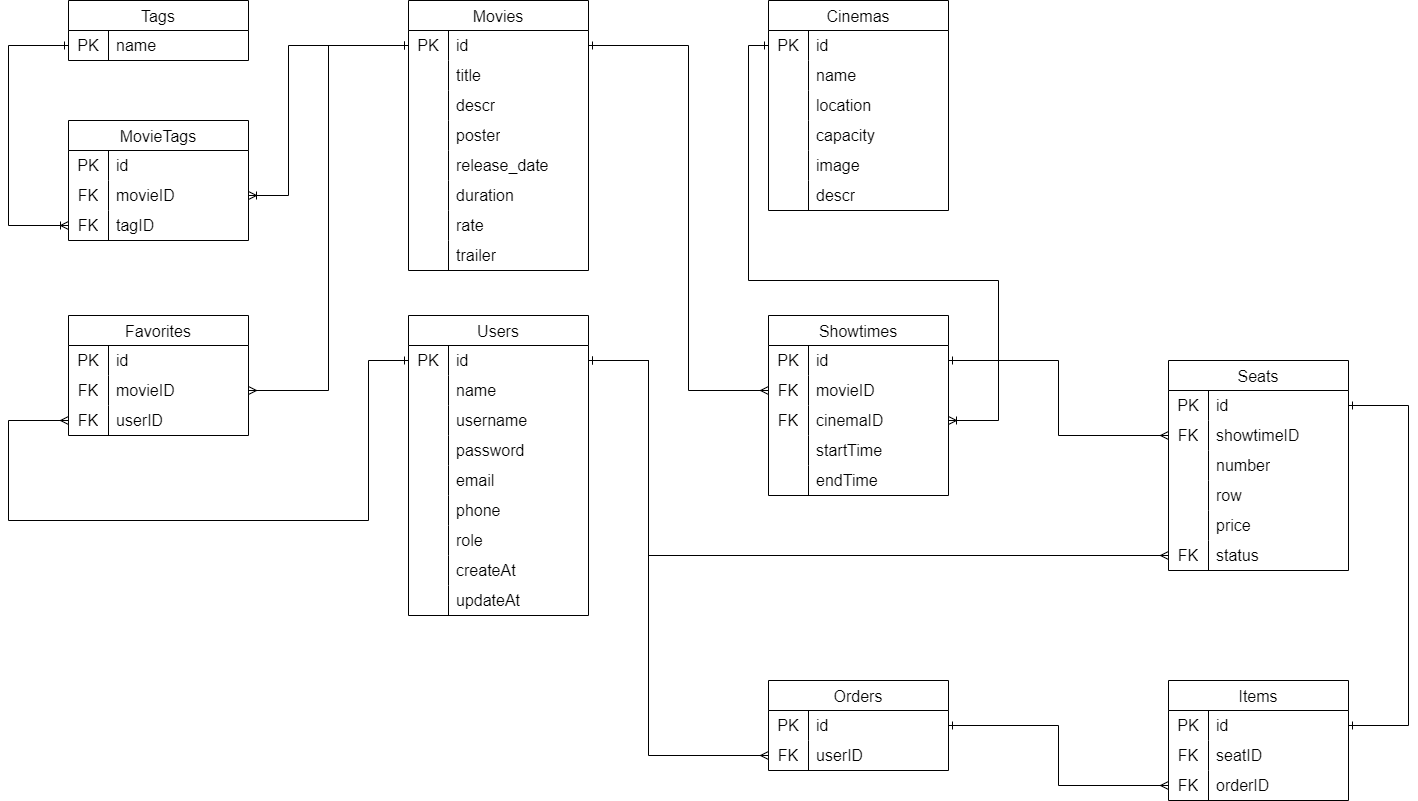
Earlier version of the draw.io export fick.drawio.png (anhtuanMDev/AS-FlickTickets). Source tidied: cells renumbered, new cells last; positions are measured from the earlier drawing's top-left corner, leaving out a move shared by most shapes.
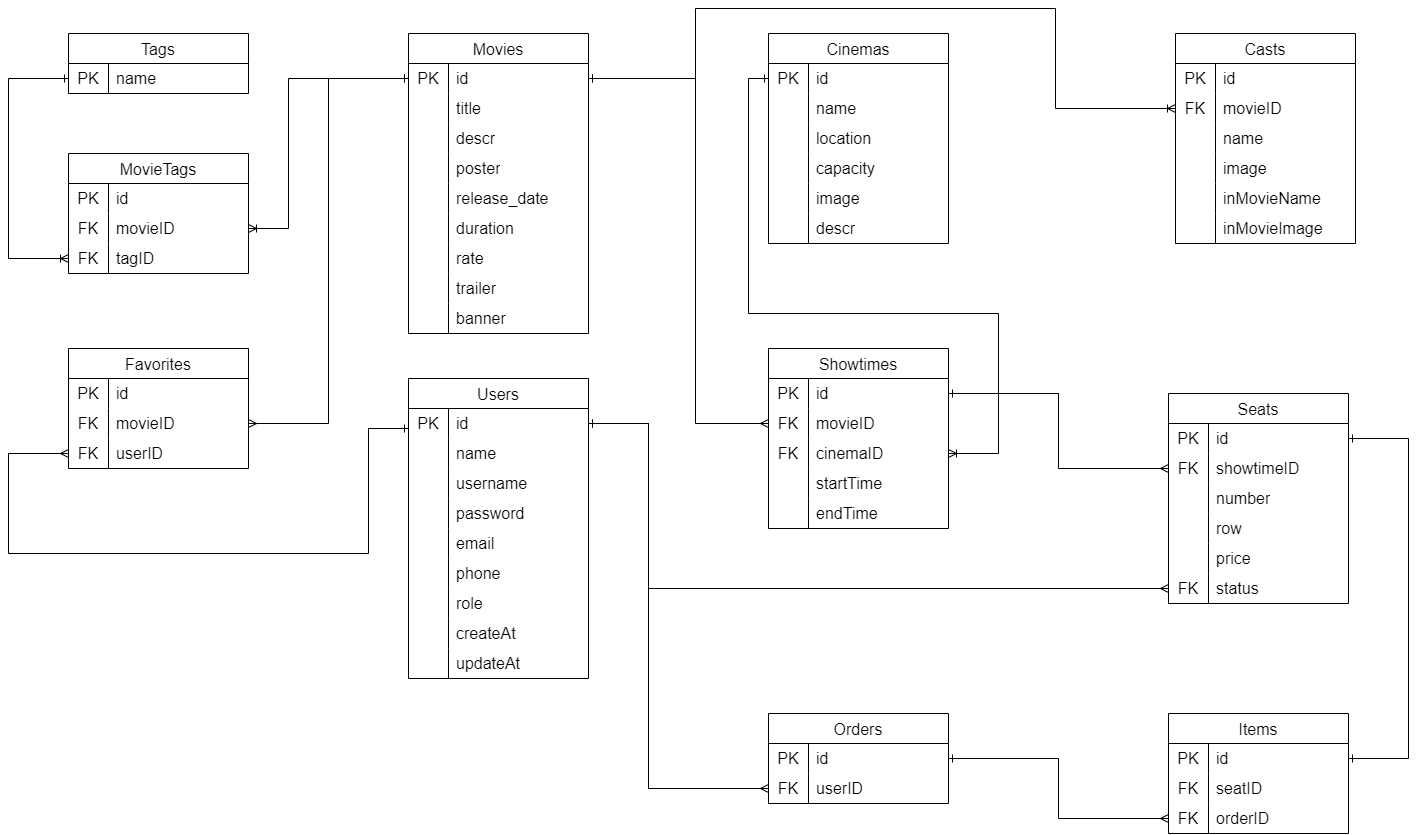
Above is the later version.

What changed in the source:
```diff
@@ -3,7 +3,7 @@
     <mxCell id="0" />
     <mxCell id="1" parent="0" />
     <mxCell id="2" value="Movies" style="shape=table;startSize=30;rowLines=0;fontStyle=0;strokeColor=default;fontSize=16;" parent="1" vertex="1">
-      <mxGeometry x="400" width="180" height="270" as="geometry" />
+      <mxGeometry x="400" width="180" height="300" as="geometry" />
     </mxCell>
     <mxCell id="3" style="shape=tableRow;horizontal=0;startSize=0;swimlaneHead=0;swimlaneBody=0;top=0;left=0;bottom=0;right=0;fillColor=none;points=[[0,0.5],[1,0.5]];portConstraint=eastwest;strokeColor=inherit;fontSize=16;" parent="2" vertex="1">
       <mxGeometry y="30" width="180" height="30" as="geometry" />
@@ -77,6 +77,15 @@
     <mxCell id="26" value="trailer" style="shape=partialRectangle;html=1;whiteSpace=wrap;fillColor=none;top=0;left=0;bottom=0;right=0;align=left;spacingLeft=6;overflow=hidden;strokeColor=inherit;fontSize=16;" parent="24" vertex="1">
       <mxGeometry x="40" width="140" height="30" as="geometry" />
     </mxCell>
+    <mxCell id="161" style="shape=tableRow;horizontal=0;startSize=0;swimlaneHead=0;swimlaneBody=0;top=0;left=0;bottom=0;right=0;fillColor=none;strokeColor=inherit;fontSize=16;" parent="2" vertex="1">
+      <mxGeometry y="270" width="180" height="30" as="geometry" />
+    </mxCell>
+    <mxCell id="162" style="shape=partialRectangle;html=1;whiteSpace=wrap;fillColor=none;top=0;left=0;bottom=0;right=0;overflow=hidden;strokeColor=inherit;fontSize=16;" parent="161" vertex="1">
+      <mxGeometry width="40" height="30" as="geometry" />
+    </mxCell>
+    <mxCell id="163" value="banner" style="shape=partialRectangle;html=1;whiteSpace=wrap;fillColor=none;top=0;left=0;bottom=0;right=0;align=left;spacingLeft=6;overflow=hidden;strokeColor=inherit;fontSize=16;" parent="161" vertex="1">
+      <mxGeometry x="40" width="140" height="30" as="geometry" />
+    </mxCell>
     <mxCell id="27" value="Cinemas" style="shape=table;startSize=30;rowLines=0;fontStyle=0;strokeColor=default;fontSize=16;" parent="1" vertex="1">
       <mxGeometry x="760" width="180" height="210" as="geometry" />
     </mxCell>
@@ -183,7 +192,7 @@
       <mxGeometry x="40" width="140" height="30" as="geometry" />
     </mxCell>
     <mxCell id="62" value="Users" style="shape=table;startSize=30;rowLines=0;fontStyle=0;strokeColor=default;fontSize=16;" parent="1" vertex="1">
-      <mxGeometry x="400" y="315" width="180" height="300" as="geometry" />
+      <mxGeometry x="400" y="345" width="180" height="300" as="geometry" />
     </mxCell>
     <mxCell id="63" style="shape=tableRow;horizontal=0;startSize=0;swimlaneHead=0;swimlaneBody=0;top=0;left=0;bottom=0;right=0;fillColor=none;points=[[0,0.5],[1,0.5]];portConstraint=eastwest;strokeColor=inherit;fontSize=16;" parent="62" vertex="1">
       <mxGeometry y="30" width="180" height="30" as="geometry" />
@@ -465,7 +474,7 @@
     <mxCell id="152" style="edgeStyle=orthogonalEdgeStyle;rounded=0;jettySize=auto;html=1;startArrow=ERone;startFill=0;endArrow=ERmany;endFill=0;entryX=0;entryY=0.5;entryDx=0;entryDy=0;" parent="1" edge="1" source="63" target="130">
       <mxGeometry relative="1" as="geometry">
         <Array as="points">
-          <mxPoint x="360" y="360" />
+          <mxPoint x="360" y="395" />
           <mxPoint x="360" y="520" />
           <mxPoint y="520" />
           <mxPoint y="420" />
@@ -478,8 +487,8 @@
     <mxCell id="154" style="edgeStyle=orthogonalEdgeStyle;rounded=0;jettySize=auto;html=1;entryX=0;entryY=0.5;entryDx=0;entryDy=0;endArrow=ERmany;endFill=0;startArrow=ERone;startFill=0;" parent="1" edge="1" source="3" target="50">
       <mxGeometry relative="1" as="geometry">
         <Array as="points">
-          <mxPoint x="680" y="45" />
-          <mxPoint x="680" y="390" />
+          <mxPoint x="687" y="45" />
+          <mxPoint x="687" y="390" />
         </Array>
       </mxGeometry>
     </mxCell>
@@ -496,7 +505,7 @@
     <mxCell id="156" style="edgeStyle=orthogonalEdgeStyle;rounded=0;jettySize=auto;html=1;entryX=0;entryY=0.5;entryDx=0;entryDy=0;startArrow=ERone;startFill=0;endArrow=ERmany;endFill=0;" parent="1" edge="1" source="63" target="137">
       <mxGeometry relative="1" as="geometry">
         <Array as="points">
-          <mxPoint x="640" y="360" />
+          <mxPoint x="640" y="390" />
           <mxPoint x="640" y="755" />
         </Array>
       </mxGeometry>
@@ -504,10 +513,10 @@
     <mxCell id="157" style="edgeStyle=orthogonalEdgeStyle;rounded=0;jettySize=auto;html=1;startArrow=ERone;startFill=0;endArrow=ERmany;endFill=0;" parent="1" edge="1" source="134" target="147">
       <mxGeometry relative="1" as="geometry" />
     </mxCell>
-    <mxCell id="158" style="edgeStyle=orthogonalEdgeStyle;rounded=0;jettySize=auto;html=1;endArrow=ERmany;endFill=0;startArrow=ERone;startFill=0;" parent="1" edge="1" source="63" target="120">
+    <mxCell id="158" style="edgeStyle=orthogonalEdgeStyle;rounded=0;jettySize=auto;html=1;endArrow=ERmany;endFill=0;startArrow=ERone;startFill=0;exitX=1;exitY=0.5;exitDx=0;exitDy=0;" parent="1" edge="1" source="63" target="120">
       <mxGeometry relative="1" as="geometry">
         <Array as="points">
-          <mxPoint x="640" y="360" />
+          <mxPoint x="640" y="390" />
           <mxPoint x="640" y="555" />
         </Array>
       </mxGeometry>
@@ -523,5 +532,72 @@
         </Array>
       </mxGeometry>
     </mxCell>
+    <mxCell id="164" value="Casts" style="shape=table;startSize=30;rowLines=0;fontStyle=0;strokeColor=default;fontSize=16;" parent="1" vertex="1">
+      <mxGeometry x="1167" width="180" height="210" as="geometry" />
+    </mxCell>
+    <mxCell id="165" style="shape=tableRow;horizontal=0;startSize=0;swimlaneHead=0;swimlaneBody=0;top=0;left=0;bottom=0;right=0;fillColor=none;strokeColor=inherit;fontSize=16;" parent="164" vertex="1">
+      <mxGeometry y="30" width="180" height="30" as="geometry" />
+    </mxCell>
+    <mxCell id="166" value="PK" style="shape=partialRectangle;html=1;whiteSpace=wrap;fillColor=none;top=0;left=0;bottom=0;right=0;overflow=hidden;strokeColor=inherit;fontSize=16;" parent="165" vertex="1">
+      <mxGeometry width="40" height="30" as="geometry" />
+    </mxCell>
+    <mxCell id="167" value="id" style="shape=partialRectangle;html=1;whiteSpace=wrap;fillColor=none;top=0;left=0;bottom=0;right=0;align=left;spacingLeft=6;overflow=hidden;strokeColor=inherit;fontSize=16;" parent="165" vertex="1">
+      <mxGeometry x="40" width="140" height="30" as="geometry" />
+    </mxCell>
+    <mxCell id="168" style="shape=tableRow;horizontal=0;startSize=0;swimlaneHead=0;swimlaneBody=0;top=0;left=0;bottom=0;right=0;fillColor=none;points=[[0,0.5],[1,0.5]];portConstraint=eastwest;strokeColor=inherit;fontSize=16;" parent="164" vertex="1">
+      <mxGeometry y="60" width="180" height="30" as="geometry" />
+    </mxCell>
+    <mxCell id="169" value="FK" style="shape=partialRectangle;html=1;whiteSpace=wrap;fillColor=none;top=0;left=0;bottom=0;right=0;overflow=hidden;strokeColor=inherit;fontSize=16;" parent="168" vertex="1">
+      <mxGeometry width="40" height="30" as="geometry" />
+    </mxCell>
+    <mxCell id="170" value="movieID" style="shape=partialRectangle;html=1;whiteSpace=wrap;fillColor=none;top=0;left=0;bottom=0;right=0;align=left;spacingLeft=6;overflow=hidden;strokeColor=inherit;fontSize=16;" parent="168" vertex="1">
+      <mxGeometry x="40" width="140" height="30" as="geometry" />
+    </mxCell>
+    <mxCell id="171" style="shape=tableRow;horizontal=0;startSize=0;swimlaneHead=0;swimlaneBody=0;top=0;left=0;bottom=0;right=0;fillColor=none;strokeColor=inherit;fontSize=16;" parent="164" vertex="1">
+      <mxGeometry y="90" width="180" height="30" as="geometry" />
+    </mxCell>
+    <mxCell id="172" style="shape=partialRectangle;html=1;whiteSpace=wrap;fillColor=none;top=0;left=0;bottom=0;right=0;overflow=hidden;strokeColor=inherit;fontSize=16;" parent="171" vertex="1">
+      <mxGeometry width="40" height="30" as="geometry" />
+    </mxCell>
+    <mxCell id="173" value="name" style="shape=partialRectangle;html=1;whiteSpace=wrap;fillColor=none;top=0;left=0;bottom=0;right=0;align=left;spacingLeft=6;overflow=hidden;strokeColor=inherit;fontSize=16;" parent="171" vertex="1">
+      <mxGeometry x="40" width="140" height="30" as="geometry" />
+    </mxCell>
+    <mxCell id="174" style="shape=tableRow;horizontal=0;startSize=0;swimlaneHead=0;swimlaneBody=0;top=0;left=0;bottom=0;right=0;fillColor=none;strokeColor=inherit;fontSize=16;" parent="164" vertex="1">
+      <mxGeometry y="120" width="180" height="30" as="geometry" />
+    </mxCell>
+    <mxCell id="175" style="shape=partialRectangle;html=1;whiteSpace=wrap;fillColor=none;top=0;left=0;bottom=0;right=0;overflow=hidden;strokeColor=inherit;fontSize=16;" parent="174" vertex="1">
+      <mxGeometry width="40" height="30" as="geometry" />
+    </mxCell>
+    <mxCell id="176" value="image" style="shape=partialRectangle;html=1;whiteSpace=wrap;fillColor=none;top=0;left=0;bottom=0;right=0;align=left;spacingLeft=6;overflow=hidden;strokeColor=inherit;fontSize=16;" parent="174" vertex="1">
+      <mxGeometry x="40" width="140" height="30" as="geometry" />
+    </mxCell>
+    <mxCell id="177" style="shape=tableRow;horizontal=0;startSize=0;swimlaneHead=0;swimlaneBody=0;top=0;left=0;bottom=0;right=0;fillColor=none;strokeColor=inherit;fontSize=16;" parent="164" vertex="1">
+      <mxGeometry y="150" width="180" height="30" as="geometry" />
+    </mxCell>
+    <mxCell id="178" style="shape=partialRectangle;html=1;whiteSpace=wrap;fillColor=none;top=0;left=0;bottom=0;right=0;overflow=hidden;strokeColor=inherit;fontSize=16;" parent="177" vertex="1">
+      <mxGeometry width="40" height="30" as="geometry" />
+    </mxCell>
+    <mxCell id="179" value="inMovieName" style="shape=partialRectangle;html=1;whiteSpace=wrap;fillColor=none;top=0;left=0;bottom=0;right=0;align=left;spacingLeft=6;overflow=hidden;strokeColor=inherit;fontSize=16;" parent="177" vertex="1">
+      <mxGeometry x="40" width="140" height="30" as="geometry" />
+    </mxCell>
+    <mxCell id="180" style="shape=tableRow;horizontal=0;startSize=0;swimlaneHead=0;swimlaneBody=0;top=0;left=0;bottom=0;right=0;fillColor=none;strokeColor=inherit;fontSize=16;" parent="164" vertex="1">
+      <mxGeometry y="180" width="180" height="30" as="geometry" />
+    </mxCell>
+    <mxCell id="181" style="shape=partialRectangle;html=1;whiteSpace=wrap;fillColor=none;top=0;left=0;bottom=0;right=0;overflow=hidden;strokeColor=inherit;fontSize=16;" parent="180" vertex="1">
+      <mxGeometry width="40" height="30" as="geometry" />
+    </mxCell>
+    <mxCell id="182" value="inMovieImage" style="shape=partialRectangle;html=1;whiteSpace=wrap;fillColor=none;top=0;left=0;bottom=0;right=0;align=left;spacingLeft=6;overflow=hidden;strokeColor=inherit;fontSize=16;" parent="180" vertex="1">
+      <mxGeometry x="40" width="140" height="30" as="geometry" />
+    </mxCell>
+    <mxCell id="183" style="edgeStyle=orthogonalEdgeStyle;rounded=0;jettySize=auto;html=1;entryX=0;entryY=0.5;entryDx=0;entryDy=0;endArrow=ERoneToMany;endFill=0;startArrow=ERone;startFill=0;" parent="1" edge="1" source="3" target="168">
+      <mxGeometry relative="1" as="geometry">
+        <Array as="points">
+          <mxPoint x="687" y="45" />
+          <mxPoint x="687" y="-25" />
+          <mxPoint x="1047" y="-25" />
+          <mxPoint x="1047" y="75" />
+        </Array>
+      </mxGeometry>
+    </mxCell>
   </root>
 </mxGraphModel>
```
